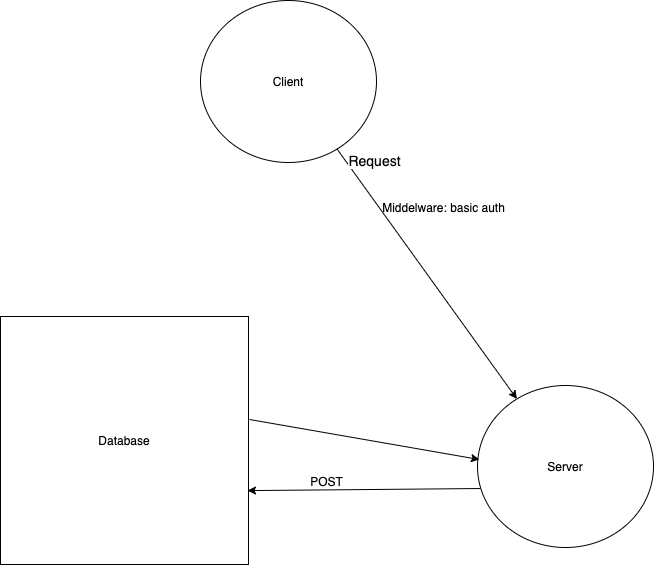
The draw.io diagram Assets/bearer-auth-UML.png in 401-advanced-javascript-nathanRcox/bearer-auth, before a commit. Source tidied: cells renumbered, new cells last; positions are measured from the earlier drawing's top-left corner, leaving out a move shared by most shapes. Its diagram source:
```xml
<mxGraphModel>
  <root>
    <mxCell id="0" />
    <mxCell id="1" parent="0" />
    <mxCell id="2" value="Client" style="ellipse;whiteSpace=wrap;html=1;" parent="1" vertex="1">
      <mxGeometry x="200" width="176" height="162" as="geometry" />
    </mxCell>
    <mxCell id="3" value="Server" style="ellipse;whiteSpace=wrap;html=1;" parent="1" vertex="1">
      <mxGeometry x="477" y="385" width="176" height="162" as="geometry" />
    </mxCell>
    <mxCell id="4" value="Database" style="whiteSpace=wrap;html=1;" parent="1" vertex="1">
      <mxGeometry y="316" width="248" height="248" as="geometry" />
    </mxCell>
    <mxCell id="5" style="endArrow=classic;html=1;" parent="1" edge="1" source="2" target="3">
      <mxGeometry relative="1" as="geometry" />
    </mxCell>
    <mxCell id="6" value="&lt;font style=&quot;font-size: 14px&quot;&gt;Request&lt;/font&gt;" style="edgeLabel;html=1;align=center;verticalAlign=middle;" parent="5" vertex="1">
      <mxGeometry x="-0.29" y="1" relative="1" as="geometry">
        <mxPoint x="-28" y="-77.4" as="offset" />
      </mxGeometry>
    </mxCell>
    <mxCell id="7" style="endArrow=classic;html=1;entryX=0.996;entryY=0.702;entryDx=0;entryDy=0;entryPerimeter=0;exitX=0.017;exitY=0.636;exitDx=0;exitDy=0;exitPerimeter=0;" parent="1" edge="1" source="3" target="4">
      <mxGeometry relative="1" as="geometry" />
    </mxCell>
    <mxCell id="8" style="endArrow=classic;html=1;entryX=0.011;entryY=0.457;entryDx=0;entryDy=0;entryPerimeter=0;" parent="1" edge="1" target="3">
      <mxGeometry relative="1" as="geometry">
        <mxPoint x="249" y="419" as="sourcePoint" />
      </mxGeometry>
    </mxCell>
    <mxCell id="9" value="POST" style="text;html=1;align=center;verticalAlign=middle;" parent="1" vertex="1">
      <mxGeometry x="304" y="472" width="43" height="18" as="geometry" />
    </mxCell>
    <mxCell id="10" value="Middelware: basic auth" style="text;html=1;align=center;verticalAlign=middle;" parent="1" vertex="1">
      <mxGeometry x="376" y="198" width="133" height="18" as="geometry" />
    </mxCell>
  </root>
</mxGraphModel>
```
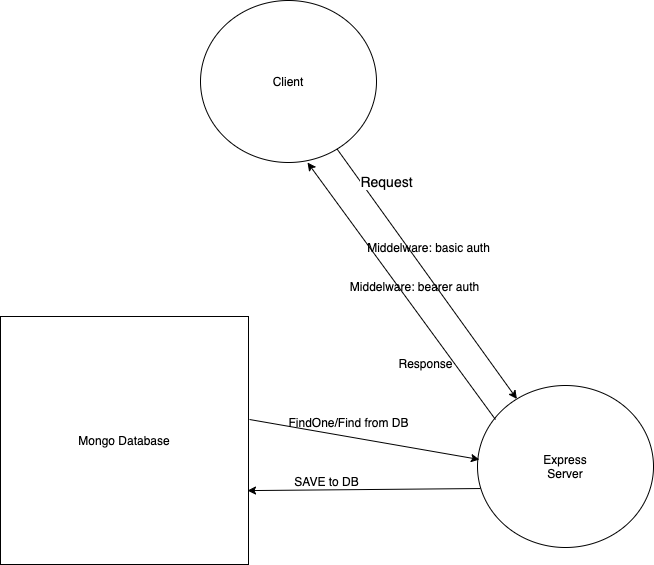
After the change.

Diff of the diagram source:
```diff
@@ -5,10 +5,10 @@
     <mxCell id="2" value="Client" style="ellipse;whiteSpace=wrap;html=1;" parent="1" vertex="1">
       <mxGeometry x="200" width="176" height="162" as="geometry" />
     </mxCell>
-    <mxCell id="3" value="Server" style="ellipse;whiteSpace=wrap;html=1;" parent="1" vertex="1">
+    <mxCell id="3" value="Express&lt;br&gt;Server" style="ellipse;whiteSpace=wrap;html=1;" parent="1" vertex="1">
       <mxGeometry x="477" y="385" width="176" height="162" as="geometry" />
     </mxCell>
-    <mxCell id="4" value="Database" style="whiteSpace=wrap;html=1;" parent="1" vertex="1">
+    <mxCell id="4" value="Mongo Database" style="whiteSpace=wrap;html=1;" parent="1" vertex="1">
       <mxGeometry y="316" width="248" height="248" as="geometry" />
     </mxCell>
     <mxCell id="5" style="endArrow=classic;html=1;" parent="1" edge="1" source="2" target="3">
@@ -16,7 +16,7 @@
     </mxCell>
     <mxCell id="6" value="&lt;font style=&quot;font-size: 14px&quot;&gt;Request&lt;/font&gt;" style="edgeLabel;html=1;align=center;verticalAlign=middle;" parent="5" vertex="1">
       <mxGeometry x="-0.29" y="1" relative="1" as="geometry">
-        <mxPoint x="-28" y="-77.4" as="offset" />
+        <mxPoint x="-16" y="-56.4" as="offset" />
       </mxGeometry>
     </mxCell>
     <mxCell id="7" style="endArrow=classic;html=1;entryX=0.996;entryY=0.702;entryDx=0;entryDy=0;entryPerimeter=0;exitX=0.017;exitY=0.636;exitDx=0;exitDy=0;exitPerimeter=0;" parent="1" edge="1" source="3" target="4">
@@ -27,11 +27,23 @@
         <mxPoint x="249" y="419" as="sourcePoint" />
       </mxGeometry>
     </mxCell>
-    <mxCell id="9" value="POST" style="text;html=1;align=center;verticalAlign=middle;" parent="1" vertex="1">
-      <mxGeometry x="304" y="472" width="43" height="18" as="geometry" />
+    <mxCell id="9" value="SAVE to DB" style="text;html=1;align=center;verticalAlign=middle;" parent="1" vertex="1">
+      <mxGeometry x="289" y="472" width="74" height="18" as="geometry" />
     </mxCell>
     <mxCell id="10" value="Middelware: basic auth" style="text;html=1;align=center;verticalAlign=middle;" parent="1" vertex="1">
-      <mxGeometry x="376" y="198" width="133" height="18" as="geometry" />
+      <mxGeometry x="361" y="238" width="133" height="18" as="geometry" />
     </mxCell>
+    <mxCell id="11" value="Middelware: bearer auth" style="text;html=1;align=center;verticalAlign=middle;" parent="1" vertex="1">
+      <mxGeometry x="344" y="277" width="139" height="18" as="geometry" />
+    </mxCell>
+    <mxCell id="12" value="FindOne/Find from DB" style="text;html=1;align=center;verticalAlign=middle;" parent="1" vertex="1">
+      <mxGeometry x="283" y="413" width="130" height="18" as="geometry" />
+    </mxCell>
+    <mxCell id="13" style="endArrow=classic;html=1;entryX=0.608;entryY=1;entryDx=0;entryDy=0;entryPerimeter=0;exitX=0.102;exitY=0.21;exitDx=0;exitDy=0;exitPerimeter=0;" parent="1" edge="1" source="3" target="2">
+      <mxGeometry relative="1" as="geometry" />
+    </mxCell>
+    <mxCell id="14" value="Response" style="text;html=1;align=center;verticalAlign=middle;" parent="1" vertex="1">
+      <mxGeometry x="393" y="354" width="64" height="18" as="geometry" />
+    </mxCell>
   </root>
 </mxGraphModel>
```
